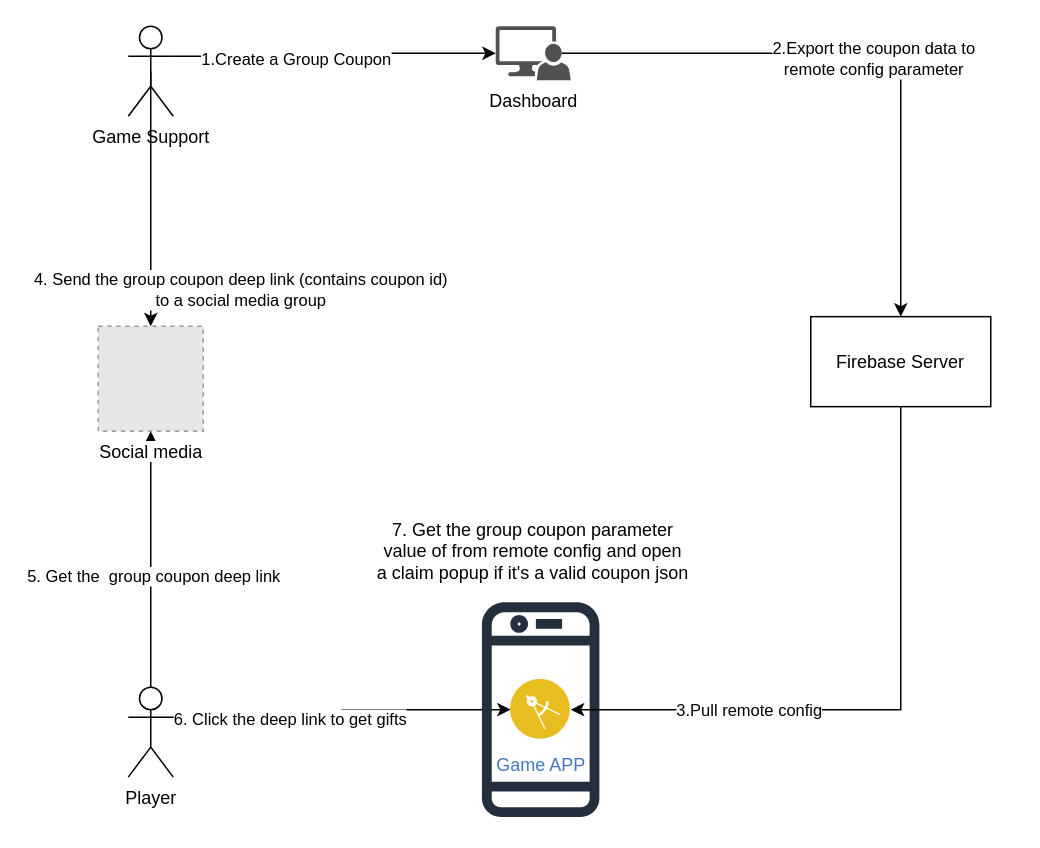
This is page "stage 3 - group coupon" (5 of 10) of Remote Config Coupon Architecture.drawio from yaohuiwu/SimpleFS, a draw.io file, before an edit. Source tidied: cells renumbered, new cells numbered last; positions are measured from the earlier drawing's top-left corner, leaving out a move shared by most shapes. Both pictures are drawn from the tidied source at 150%, with x=0, y=0 at pixel (98, 26). Pictures stored in the file or linked from it are replaced by grey dashed boxes.
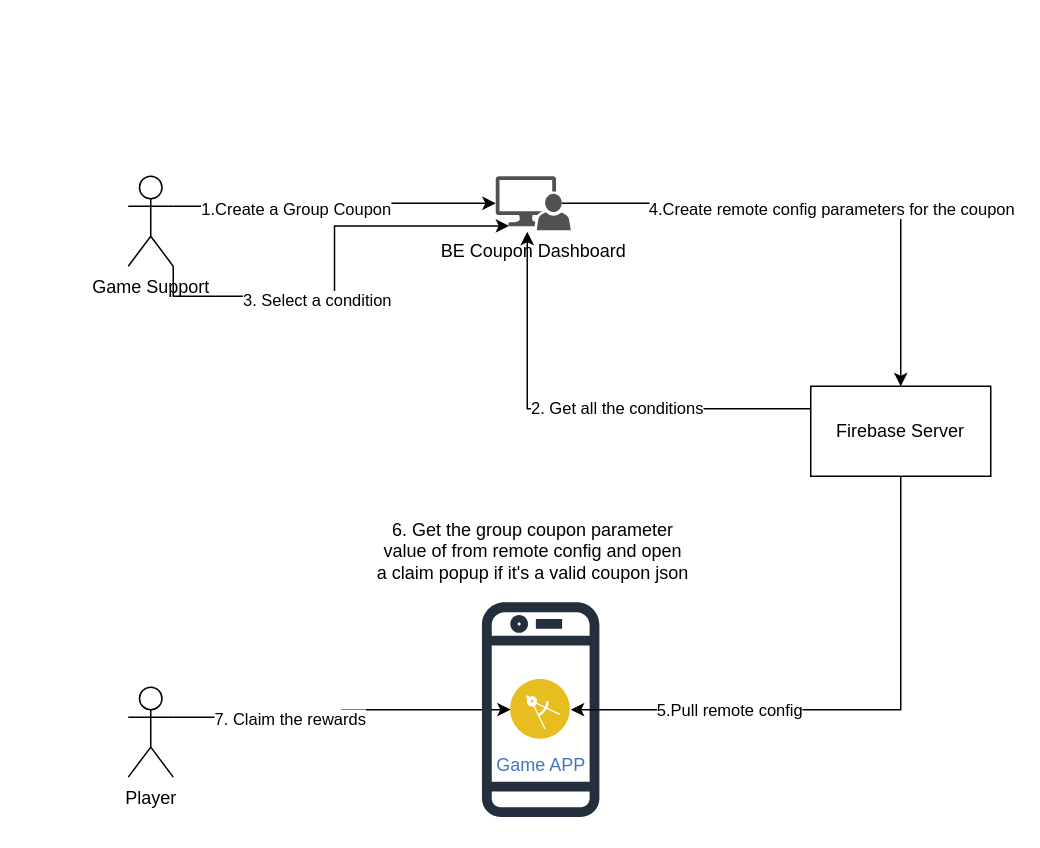
Above is the later version.

The change refers to these unchanged cells:
```xml
<mxCell id="2" style="edgeStyle=orthogonalEdgeStyle;rounded=0;jettySize=auto;html=1;exitX=1;exitY=0.3333333333333333;exitDx=0;exitDy=0;exitPerimeter=0;entryX=0;entryY=0.5;entryDx=0;entryDy=0;" parent="1" edge="1" source="6" target="14">
  <mxGeometry relative="1" as="geometry" />
</mxCell>
<mxCell id="6" value="Player" style="shape=umlActor;verticalLabelPosition=bottom;verticalAlign=top;html=1;outlineConnect=0;" parent="1" vertex="1">
  <mxGeometry x="20" y="440.6" width="30" height="60" as="geometry" />
</mxCell>
<mxCell id="8" style="edgeStyle=orthogonalEdgeStyle;rounded=0;jettySize=auto;html=1;exitX=0.5;exitY=1;exitDx=0;exitDy=0;entryX=1;entryY=0.5;entryDx=0;entryDy=0;" parent="1" edge="1" source="10" target="14">
  <mxGeometry relative="1" as="geometry" />
</mxCell>
<mxCell id="11" style="edgeStyle=orthogonalEdgeStyle;rounded=0;jettySize=auto;html=1;exitX=0.88;exitY=0.5;exitDx=0;exitDy=0;exitPerimeter=0;" parent="1" edge="1" source="13" target="10">
  <mxGeometry relative="1" as="geometry" />
</mxCell>
```

Diff of the diagram source:
```diff
@@
-    <mxCell id="3" value="6. Click the deep link to get gifts" style="edgeLabel;html=1;align=center;verticalAlign=middle;" parent="2" vertex="1">
+    <mxCell id="3" value="7. Claim the rewards" style="edgeLabel;html=1;align=center;verticalAlign=middle;" parent="2" vertex="1">
       <mxGeometry x="-0.33" y="-1" relative="1" as="geometry" />
     </mxCell>
-    <mxCell id="4" style="edgeStyle=orthogonalEdgeStyle;rounded=0;jettySize=auto;html=1;exitX=0.5;exitY=0;exitDx=0;exitDy=0;exitPerimeter=0;entryX=0.5;entryY=1;entryDx=0;entryDy=0;" parent="1" edge="1" source="6" target="21">
-      <mxGeometry relative="1" as="geometry" />
-    </mxCell>
-    <mxCell id="5" value="5. Get the&amp;nbsp; group coupon deep link" style="edgeLabel;html=1;align=center;verticalAlign=middle;" parent="4" vertex="1">
-      <mxGeometry x="-0.13" y="-1" relative="1" as="geometry" />
-    </mxCell>
@@
-    <mxCell id="9" value="3.Pull remote config" style="edgeLabel;html=1;align=center;verticalAlign=middle;" parent="8" vertex="1">
+    <mxCell id="9" value="5.Pull remote config" style="edgeLabel;html=1;align=center;verticalAlign=middle;" parent="8" vertex="1">
       <mxGeometry x="0.44" relative="1" as="geometry" />
     </mxCell>
     <mxCell id="10" value="Firebase Server" style="rounded=0;whiteSpace=wrap;html=1;" parent="1" vertex="1">
-      <mxGeometry x="475" y="193.6" width="120" height="60" as="geometry" />
+      <mxGeometry x="475" y="240" width="120" height="60" as="geometry" />
     </mxCell>
@@
-    <mxCell id="12" value="2.Export the coupon data to &lt;br&gt;remote config parameter" style="edgeLabel;html=1;align=center;verticalAlign=middle;" parent="11" vertex="1">
+    <mxCell id="12" value="4.Create remote config parameters for the coupon" style="edgeLabel;html=1;align=center;verticalAlign=middle;" parent="11" vertex="1">
       <mxGeometry x="0.03" y="-3" relative="1" as="geometry" />
     </mxCell>
-    <mxCell id="13" value="Dashboard" style="sketch=0;shadow=0;dashed=0;html=1;strokeColor=none;labelPosition=center;verticalLabelPosition=bottom;verticalAlign=top;align=center;fillColor=#515151;shape=mxgraph.mscae.system_center.admin_console;" parent="1" vertex="1">
-      <mxGeometry x="265" width="50" height="36" as="geometry" />
+    <mxCell id="13" value="BE Coupon Dashboard" style="sketch=0;shadow=0;dashed=0;html=1;strokeColor=none;labelPosition=center;verticalLabelPosition=bottom;verticalAlign=top;align=center;fillColor=#515151;shape=mxgraph.mscae.system_center.admin_console;" parent="1" vertex="1">
+      <mxGeometry x="265" y="100" width="50" height="36" as="geometry" />
     </mxCell>
@@
-    <mxCell id="15" style="edgeStyle=orthogonalEdgeStyle;rounded=0;jettySize=auto;html=1;exitX=0.5;exitY=0.5;exitDx=0;exitDy=0;exitPerimeter=0;" parent="1" edge="1" source="17">
-      <mxGeometry relative="1" as="geometry">
-        <mxPoint x="35" y="200" as="targetPoint" />
-      </mxGeometry>
-    </mxCell>
-    <mxCell id="16" value="4. Send the group coupon deep link (contains coupon id) &lt;br&gt;to a social media group" style="edgeLabel;html=1;align=center;verticalAlign=middle;" parent="15" vertex="1">
-      <mxGeometry x="0.24" y="3" relative="1" as="geometry">
-        <mxPoint x="56" y="40" as="offset" />
-      </mxGeometry>
-    </mxCell>
     <mxCell id="17" value="Game Support" style="shape=umlActor;verticalLabelPosition=bottom;verticalAlign=top;html=1;outlineConnect=0;" parent="1" vertex="1">
-      <mxGeometry x="20" width="30" height="60" as="geometry" />
+      <mxGeometry x="20" y="100" width="30" height="60" as="geometry" />
     </mxCell>
@@
-    <mxCell id="20" value="7. Get the group coupon parameter value of from remote config and open a claim popup if it's a valid coupon json" style="text;html=1;strokeColor=none;fillColor=none;align=center;verticalAlign=middle;whiteSpace=wrap;rounded=0;" parent="1" vertex="1">
+    <mxCell id="20" value="6. Get the group coupon parameter value of from remote config and open a claim popup if it's a valid coupon json" style="text;html=1;strokeColor=none;fillColor=none;align=center;verticalAlign=middle;whiteSpace=wrap;rounded=0;" parent="1" vertex="1">
       <mxGeometry x="185" y="330" width="210" height="40" as="geometry" />
     </mxCell>
-    <mxCell id="21" value="Social media" style="fillColor=#E6E6E6;strokeColor=#999999;dashed=1;html=1;verticalAlign=top;verticalLabelPosition=bottom;labelBackgroundColor=#ffffff;" parent="1" vertex="1">
-      <mxGeometry y="200" width="70" height="70" as="geometry" />
-    </mxCell>
+    <mxCell id="22" style="edgeStyle=orthogonalEdgeStyle;rounded=0;jettySize=auto;html=1;exitX=0;exitY=0.25;exitDx=0;exitDy=0;entryX=0.42;entryY=1.028;entryDx=0;entryDy=0;entryPerimeter=0;" parent="1" edge="1" source="10" target="13">
+      <mxGeometry relative="1" as="geometry" />
+    </mxCell>
+    <mxCell id="23" value="2. Get all the conditions" style="edgeLabel;html=1;align=center;verticalAlign=middle;" parent="22" vertex="1">
+      <mxGeometry x="-0.15" y="-1" relative="1" as="geometry" />
+    </mxCell>
+    <mxCell id="24" style="edgeStyle=orthogonalEdgeStyle;rounded=0;jettySize=auto;html=1;exitX=1;exitY=1;exitDx=0;exitDy=0;exitPerimeter=0;entryX=0.18;entryY=0.92;entryDx=0;entryDy=0;entryPerimeter=0;" parent="1" edge="1" source="17" target="13">
+      <mxGeometry relative="1" as="geometry" />
+    </mxCell>
+    <mxCell id="25" value="3. Select a condition" style="edgeLabel;html=1;align=center;verticalAlign=middle;" parent="24" vertex="1">
+      <mxGeometry x="-0.37" y="-2" relative="1" as="geometry">
+        <mxPoint x="23" as="offset" />
+      </mxGeometry>
+    </mxCell>
```
